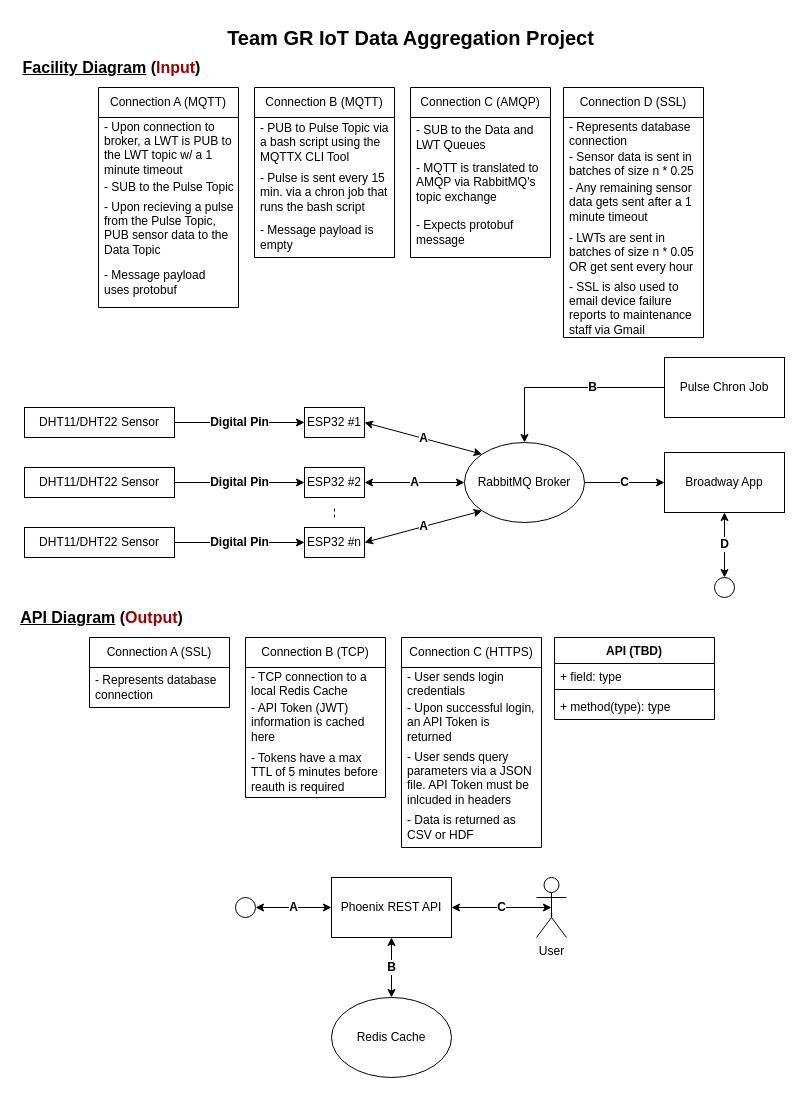
Above: docs/design_diagrams/source/D2.drawio in stray-gr/senior-design (draw.io), before the change. Source tidied: cells renumbered, new cells numbered last; positions are measured from the earlier drawing's top-left corner, leaving out a move shared by most shapes. Both pictures are drawn from the tidied source at 100%, with x=0, y=0 at pixel (17, 17).
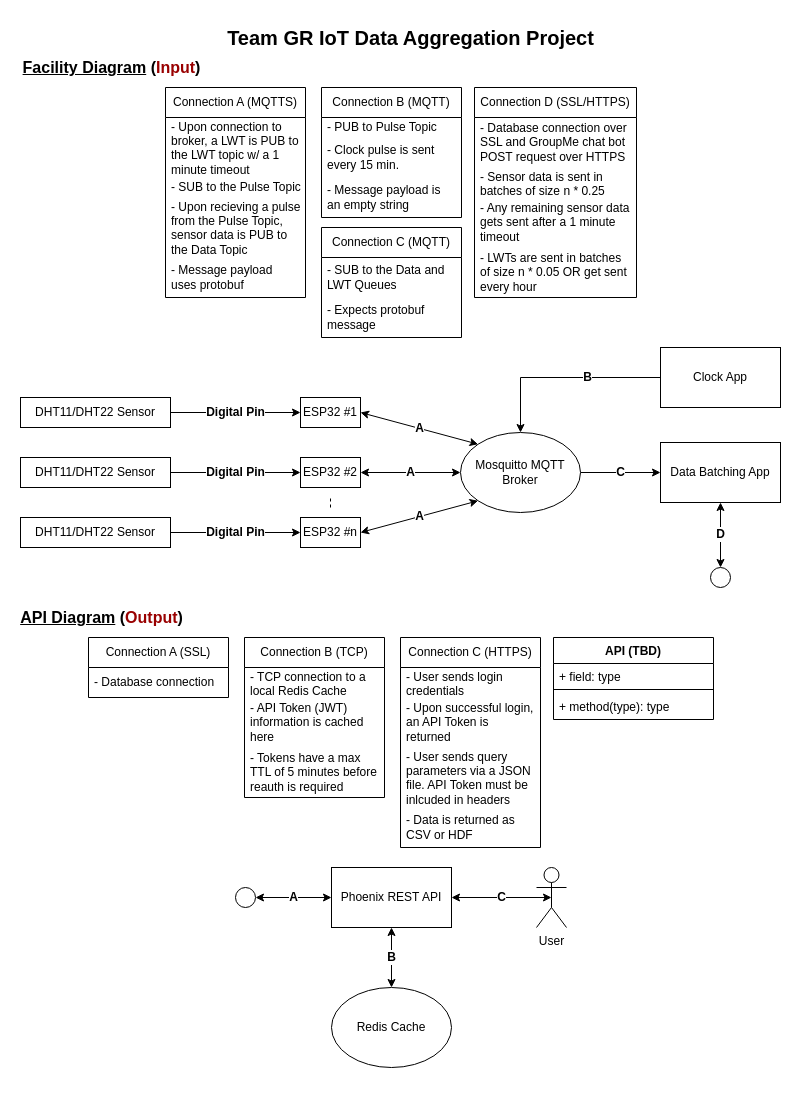
After the change.

Diff of the diagram source:
```diff
@@
     <mxCell id="2" value="User" style="shape=umlActor;verticalLabelPosition=bottom;verticalAlign=top;html=1;outlineConnect=0;" parent="1" vertex="1">
-      <mxGeometry x="519" y="860" width="30" height="60" as="geometry" />
+      <mxGeometry x="519" y="850" width="30" height="60" as="geometry" />
     </mxCell>
@@
     <mxCell id="4" value="ESP32 #1" style="rounded=0;whiteSpace=wrap;html=1;" parent="1" vertex="1">
-      <mxGeometry x="287" y="390" width="60" height="30" as="geometry" />
+      <mxGeometry x="283" y="380" width="60" height="30" as="geometry" />
     </mxCell>
     <mxCell id="5" value="ESP32 #2" style="rounded=0;whiteSpace=wrap;html=1;" parent="1" vertex="1">
-      <mxGeometry x="287" y="450" width="60" height="30" as="geometry" />
+      <mxGeometry x="283" y="440" width="60" height="30" as="geometry" />
     </mxCell>
     <mxCell id="6" value="ESP32 #n" style="rounded=0;whiteSpace=wrap;html=1;" parent="1" vertex="1">
-      <mxGeometry x="287" y="510" width="60" height="30" as="geometry" />
+      <mxGeometry x="283" y="500" width="60" height="30" as="geometry" />
     </mxCell>
@@
     <mxCell id="8" value="DHT11/DHT22 Sensor" style="rounded=0;whiteSpace=wrap;html=1;" parent="1" vertex="1">
-      <mxGeometry x="7" y="390" width="150" height="30" as="geometry" />
+      <mxGeometry x="3" y="380" width="150" height="30" as="geometry" />
     </mxCell>
@@
     <mxCell id="10" value="DHT11/DHT22 Sensor" style="rounded=0;whiteSpace=wrap;html=1;" parent="1" vertex="1">
-      <mxGeometry x="7" y="450" width="150" height="30" as="geometry" />
+      <mxGeometry x="3" y="440" width="150" height="30" as="geometry" />
     </mxCell>
@@
     <mxCell id="12" value="DHT11/DHT22 Sensor" style="rounded=0;whiteSpace=wrap;html=1;" parent="1" vertex="1">
-      <mxGeometry x="7" y="510" width="150" height="30" as="geometry" />
+      <mxGeometry x="3" y="500" width="150" height="30" as="geometry" />
     </mxCell>
@@
-    <mxCell id="17" value="RabbitMQ Broker" style="ellipse;whiteSpace=wrap;html=1;" parent="1" vertex="1">
-      <mxGeometry x="447" y="425" width="120" height="80" as="geometry" />
+    <mxCell id="17" value="Mosquitto MQTT Broker" style="ellipse;whiteSpace=wrap;html=1;" parent="1" vertex="1">
+      <mxGeometry x="443" y="415" width="120" height="80" as="geometry" />
     </mxCell>
     <mxCell id="18" style="endArrow=none;dashed=1;html=1;rounded=0;" parent="1" edge="1">
       <mxGeometry relative="1" as="geometry">
-        <mxPoint x="317" y="500" as="sourcePoint" />
-        <mxPoint x="317" y="490" as="targetPoint" />
+        <mxPoint x="313" y="490" as="sourcePoint" />
+        <mxPoint x="313" y="480" as="targetPoint" />
       </mxGeometry>
     </mxCell>
-    <mxCell id="19" value="Broadway App" style="rounded=0;whiteSpace=wrap;html=1;" parent="1" vertex="1">
-      <mxGeometry x="647" y="435" width="120" height="60" as="geometry" />
+    <mxCell id="19" value="Data Batching App" style="rounded=0;whiteSpace=wrap;html=1;" parent="1" vertex="1">
+      <mxGeometry x="643" y="425" width="120" height="60" as="geometry" />
     </mxCell>
     <mxCell id="20" style="ellipse;whiteSpace=wrap;html=1;" parent="1" vertex="1">
-      <mxGeometry x="697" y="560" width="20" height="20" as="geometry" />
+      <mxGeometry x="693" y="550" width="20" height="20" as="geometry" />
     </mxCell>
     <mxCell id="21" value="&lt;b&gt;&lt;font style=&quot;font-size: 12px;&quot;&gt;B&lt;/font&gt;&lt;/b&gt;" style="edgeStyle=orthogonalEdgeStyle;rounded=0;jettySize=auto;html=1;entryX=0.5;entryY=0;entryDx=0;entryDy=0;spacingLeft=52;" parent="1" edge="1" source="22" target="17">
-      <mxGeometry x="0.01" relative="1" as="geometry" />
+      <mxGeometry x="0.02" relative="1" as="geometry" />
     </mxCell>
-    <mxCell id="22" value="Pulse Chron Job" style="rounded=0;whiteSpace=wrap;html=1;" parent="1" vertex="1">
-      <mxGeometry x="647" y="340" width="120" height="60" as="geometry" />
+    <mxCell id="22" value="Clock App" style="rounded=0;whiteSpace=wrap;html=1;" parent="1" vertex="1">
+      <mxGeometry x="643" y="330" width="120" height="60" as="geometry" />
     </mxCell>
@@
     <mxCell id="24" style="ellipse;whiteSpace=wrap;html=1;" parent="1" vertex="1">
-      <mxGeometry x="218" y="880" width="20" height="20" as="geometry" />
+      <mxGeometry x="218" y="870" width="20" height="20" as="geometry" />
     </mxCell>
     <mxCell id="25" value="Phoenix REST API" style="rounded=0;whiteSpace=wrap;html=1;" parent="1" vertex="1">
-      <mxGeometry x="314" y="860" width="120" height="60" as="geometry" />
+      <mxGeometry x="314" y="850" width="120" height="60" as="geometry" />
     </mxCell>
@@
     <mxCell id="27" value="Redis Cache" style="ellipse;whiteSpace=wrap;html=1;" parent="1" vertex="1">
-      <mxGeometry x="314" y="980" width="120" height="80" as="geometry" />
+      <mxGeometry x="314" y="970" width="120" height="80" as="geometry" />
     </mxCell>
@@
-    <mxCell id="31" value="Connection A (MQTT)" style="swimlane;fontStyle=0;horizontal=1;startSize=30;whiteSpace=wrap;html=1;" parent="1" vertex="1">
-      <mxGeometry x="81" y="70" width="140" height="220" as="geometry" />
+    <mxCell id="31" value="Connection A (MQTTS)" style="swimlane;fontStyle=0;horizontal=1;startSize=30;whiteSpace=wrap;html=1;" parent="1" vertex="1">
+      <mxGeometry x="148" y="70" width="140" height="210" as="geometry" />
     </mxCell>
@@
-    <mxCell id="34" value="- Upon recieving a pulse from the Pulse Topic, PUB sensor data to the Data Topic" style="text;strokeColor=none;fillColor=none;align=left;verticalAlign=middle;spacingLeft=4;spacingRight=4;overflow=hidden;whiteSpace=wrap;html=1;" parent="31" vertex="1">
+    <mxCell id="34" value="- Upon recieving a pulse from the Pulse Topic, sensor data is PUB to the Data Topic" style="text;strokeColor=none;fillColor=none;align=left;verticalAlign=middle;spacingLeft=4;spacingRight=4;overflow=hidden;whiteSpace=wrap;html=1;" parent="31" vertex="1">
       <mxGeometry y="110" width="140" height="60" as="geometry" />
     </mxCell>
     <mxCell id="35" value="- Message payload uses protobuf" style="text;strokeColor=none;fillColor=none;align=left;verticalAlign=middle;spacingLeft=4;spacingRight=4;overflow=hidden;whiteSpace=wrap;html=1;" parent="31" vertex="1">
-      <mxGeometry y="170" width="140" height="50" as="geometry" />
+      <mxGeometry y="170" width="140" height="40" as="geometry" />
     </mxCell>
     <mxCell id="36" value="Connection B (MQTT)" style="swimlane;fontStyle=0;horizontal=1;startSize=30;whiteSpace=wrap;html=1;" parent="1" vertex="1">
-      <mxGeometry x="237" y="70" width="140" height="170" as="geometry" />
+      <mxGeometry x="304" y="70" width="140" height="130" as="geometry" />
     </mxCell>
-    <mxCell id="37" value="- PUB to Pulse Topic via a bash script using the MQTTX CLI Tool" style="text;strokeColor=none;fillColor=none;align=left;verticalAlign=middle;spacingLeft=4;spacingRight=4;overflow=hidden;whiteSpace=wrap;html=1;" parent="36" vertex="1">
-      <mxGeometry y="30" width="140" height="50" as="geometry" />
+    <mxCell id="37" value="- PUB to Pulse Topic" style="text;strokeColor=none;fillColor=none;align=left;verticalAlign=middle;spacingLeft=4;spacingRight=4;overflow=hidden;whiteSpace=wrap;html=1;" parent="36" vertex="1">
+      <mxGeometry y="30" width="140" height="20" as="geometry" />
     </mxCell>
-    <mxCell id="38" value="- Pulse is sent every 15 min. via a chron job that runs the bash script" style="text;strokeColor=none;fillColor=none;align=left;verticalAlign=middle;spacingLeft=4;spacingRight=4;overflow=hidden;whiteSpace=wrap;html=1;" parent="36" vertex="1">
-      <mxGeometry y="80" width="140" height="50" as="geometry" />
+    <mxCell id="38" value="- Clock pulse is sent every 15 min." style="text;strokeColor=none;fillColor=none;align=left;verticalAlign=middle;spacingLeft=4;spacingRight=4;overflow=hidden;whiteSpace=wrap;html=1;" parent="36" vertex="1">
+      <mxGeometry y="50" width="140" height="40" as="geometry" />
     </mxCell>
-    <mxCell id="39" value="- Message payload is empty" style="text;strokeColor=none;fillColor=none;align=left;verticalAlign=middle;spacingLeft=4;spacingRight=4;overflow=hidden;whiteSpace=wrap;html=1;" parent="36" vertex="1">
-      <mxGeometry y="130" width="140" height="40" as="geometry" />
+    <mxCell id="39" value="- Message payload is an empty string" style="text;strokeColor=none;fillColor=none;align=left;verticalAlign=middle;spacingLeft=4;spacingRight=4;overflow=hidden;whiteSpace=wrap;html=1;" parent="36" vertex="1">
+      <mxGeometry y="90" width="140" height="40" as="geometry" />
     </mxCell>
-    <mxCell id="40" value="Connection C (AMQP)" style="swimlane;fontStyle=0;horizontal=1;startSize=30;whiteSpace=wrap;html=1;" parent="1" vertex="1">
-      <mxGeometry x="393" y="70" width="140" height="170" as="geometry" />
+    <mxCell id="40" value="Connection C (MQTT)" style="swimlane;fontStyle=0;horizontal=1;startSize=30;whiteSpace=wrap;html=1;" parent="1" vertex="1">
+      <mxGeometry x="304" y="210" width="140" height="110" as="geometry" />
     </mxCell>
@@
-    <mxCell id="42" value="- MQTT is translated to AMQP via RabbitMQ's topic exchange" style="text;strokeColor=none;fillColor=none;align=left;verticalAlign=middle;spacingLeft=4;spacingRight=4;overflow=hidden;whiteSpace=wrap;html=1;" parent="40" vertex="1">
-      <mxGeometry y="70" width="140" height="50" as="geometry" />
-    </mxCell>
     <mxCell id="43" value="- Expects protobuf message" style="text;strokeColor=none;fillColor=none;align=left;verticalAlign=middle;spacingLeft=4;spacingRight=4;overflow=hidden;whiteSpace=wrap;html=1;" parent="40" vertex="1">
-      <mxGeometry y="120" width="140" height="50" as="geometry" />
+      <mxGeometry y="70" width="140" height="40" as="geometry" />
     </mxCell>
-    <mxCell id="44" value="Connection D (SSL)" style="swimlane;fontStyle=0;horizontal=1;startSize=30;whiteSpace=wrap;html=1;" parent="1" vertex="1">
-      <mxGeometry x="546" y="70" width="140" height="250" as="geometry" />
+    <mxCell id="44" value="Connection D (SSL/HTTPS)" style="swimlane;fontStyle=0;horizontal=1;startSize=30;whiteSpace=wrap;html=1;" parent="1" vertex="1">
+      <mxGeometry x="457" y="70" width="162" height="210" as="geometry" />
     </mxCell>
-    <mxCell id="45" value="- Represents database connection" style="text;strokeColor=none;fillColor=none;align=left;verticalAlign=middle;spacingLeft=4;spacingRight=4;overflow=hidden;whiteSpace=wrap;html=1;" parent="44" vertex="1">
-      <mxGeometry y="30" width="140" height="30" as="geometry" />
+    <mxCell id="45" value="- Database connection over SSL and GroupMe chat bot POST request over HTTPS" style="text;strokeColor=none;fillColor=none;align=left;verticalAlign=middle;spacingLeft=4;spacingRight=4;overflow=hidden;whiteSpace=wrap;html=1;" parent="44" vertex="1">
+      <mxGeometry y="30" width="162" height="50" as="geometry" />
     </mxCell>
     <mxCell id="46" value="- Sensor data is sent in batches of size n * 0.25" style="text;strokeColor=none;fillColor=none;align=left;verticalAlign=middle;spacingLeft=4;spacingRight=4;overflow=hidden;whiteSpace=wrap;html=1;" parent="44" vertex="1">
-      <mxGeometry y="60" width="140" height="30" as="geometry" />
+      <mxGeometry y="80" width="162" height="30" as="geometry" />
     </mxCell>
     <mxCell id="47" value="- Any remaining sensor data gets sent after a 1 minute timeout" style="text;strokeColor=none;fillColor=none;align=left;verticalAlign=middle;spacingLeft=4;spacingRight=4;overflow=hidden;whiteSpace=wrap;html=1;" parent="44" vertex="1">
-      <mxGeometry y="90" width="140" height="50" as="geometry" />
+      <mxGeometry y="110" width="162" height="50" as="geometry" />
     </mxCell>
     <mxCell id="48" value="- LWTs are sent in batches of size n * 0.05 OR get sent every hour" style="text;strokeColor=none;fillColor=none;align=left;verticalAlign=middle;spacingLeft=4;spacingRight=4;overflow=hidden;whiteSpace=wrap;html=1;" parent="44" vertex="1">
-      <mxGeometry y="140" width="140" height="50" as="geometry" />
+      <mxGeometry y="160" width="162" height="50" as="geometry" />
     </mxCell>
-    <mxCell id="49" value="- SSL is also used to email device failure reports to maintenance staff via Gmail" style="text;strokeColor=none;fillColor=none;align=left;verticalAlign=middle;spacingLeft=4;spacingRight=4;overflow=hidden;whiteSpace=wrap;html=1;" parent="44" vertex="1">
-      <mxGeometry y="190" width="140" height="60" as="geometry" />
-    </mxCell>
     <mxCell id="50" value="Connection A (SSL)" style="swimlane;fontStyle=0;horizontal=1;startSize=30;whiteSpace=wrap;html=1;" parent="1" vertex="1">
-      <mxGeometry x="72" y="620" width="140" height="70" as="geometry" />
+      <mxGeometry x="71" y="620" width="140" height="60" as="geometry" />
     </mxCell>
-    <mxCell id="51" value="- Represents database connection" style="text;strokeColor=none;fillColor=none;align=left;verticalAlign=middle;spacingLeft=4;spacingRight=4;overflow=hidden;whiteSpace=wrap;html=1;" parent="50" vertex="1">
-      <mxGeometry y="30" width="140" height="40" as="geometry" />
+    <mxCell id="51" value="- Database connection" style="text;strokeColor=none;fillColor=none;align=left;verticalAlign=middle;spacingLeft=4;spacingRight=4;overflow=hidden;whiteSpace=wrap;html=1;" parent="50" vertex="1">
+      <mxGeometry y="30" width="140" height="30" as="geometry" />
     </mxCell>
     <mxCell id="52" value="Connection B (TCP)" style="swimlane;fontStyle=0;horizontal=1;startSize=30;whiteSpace=wrap;html=1;" parent="1" vertex="1">
-      <mxGeometry x="228" y="620" width="140" height="160" as="geometry" />
+      <mxGeometry x="227" y="620" width="140" height="160" as="geometry" />
     </mxCell>
@@
     <mxCell id="56" value="Connection C (HTTPS)" style="swimlane;fontStyle=0;horizontal=1;startSize=30;whiteSpace=wrap;html=1;" parent="1" vertex="1">
-      <mxGeometry x="384" y="620" width="140" height="210" as="geometry" />
+      <mxGeometry x="383" y="620" width="140" height="210" as="geometry" />
     </mxCell>
@@
     <mxCell id="61" value="API (TBD)" style="swimlane;fontStyle=1;align=center;verticalAlign=top;horizontal=1;startSize=26;whiteSpace=wrap;html=1;" parent="1" vertex="1">
-      <mxGeometry x="537" y="620" width="160" height="82" as="geometry" />
+      <mxGeometry x="536" y="620" width="160" height="82" as="geometry" />
     </mxCell>
```
